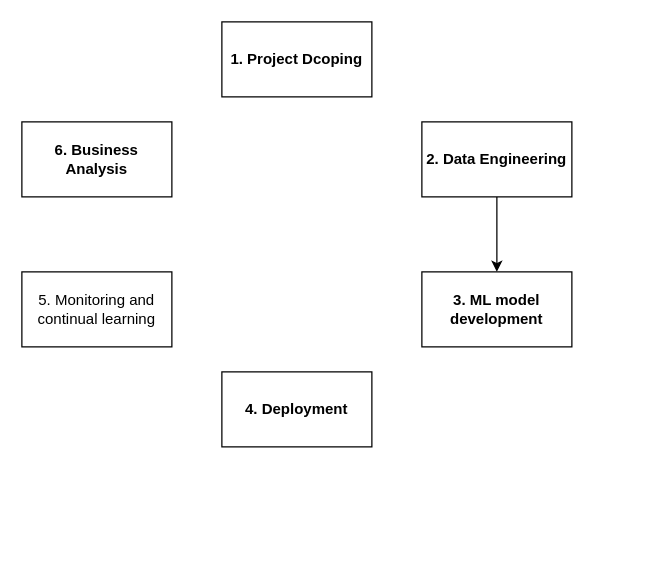
LNshuti/meta-labelling-architecture keeps this draw.io diagram as production.drawio. Above is the earlier version. Source tidied: cells renumbered, new cells numbered last; positions are measured from the earlier drawing's top-left corner, leaving out a move shared by most shapes. Both pictures are drawn from the tidied source at 125%, with x=0, y=0 at pixel (21, 21).
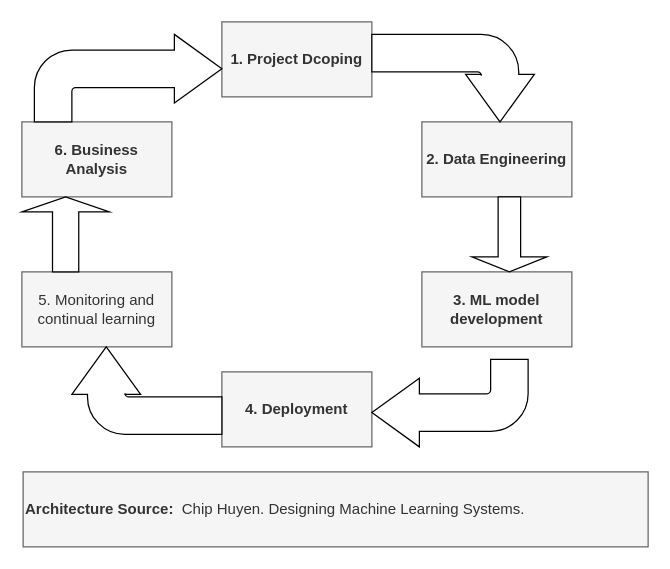
Above is the later version.

Change to the diagram source:
```diff
@@
 <mxGraphModel>
   <root>
     <mxCell id="0" />
     <mxCell id="1" parent="0" />
-    <mxCell id="2" value="1. Project Dcoping" style="rounded=0;whiteSpace=wrap;html=1;fontStyle=1;" parent="1" vertex="1">
+    <mxCell id="2" value="1. Project Dcoping" style="rounded=0;whiteSpace=wrap;html=1;fontStyle=1;fillColor=#f5f5f5;strokeColor=#666666;fontColor=#333333;" parent="1" vertex="1">
       <mxGeometry x="160" width="120" height="60" as="geometry" />
     </mxCell>
-    <mxCell id="3" style="edgeStyle=none;html=1;" parent="1" edge="1" source="4" target="5">
-      <mxGeometry relative="1" as="geometry" />
-    </mxCell>
-    <mxCell id="4" value="2. Data Engineering" style="rounded=0;whiteSpace=wrap;html=1;fontStyle=1;" parent="1" vertex="1">
+    <mxCell id="4" value="2. Data Engineering" style="rounded=0;whiteSpace=wrap;html=1;fontStyle=1;fillColor=#f5f5f5;strokeColor=#666666;fontColor=#333333;" parent="1" vertex="1">
       <mxGeometry x="320" y="80" width="120" height="60" as="geometry" />
     </mxCell>
-    <mxCell id="5" value="3. ML model development" style="rounded=0;whiteSpace=wrap;html=1;fontStyle=1;" parent="1" vertex="1">
+    <mxCell id="5" value="3. ML model development" style="rounded=0;whiteSpace=wrap;html=1;fontStyle=1;fillColor=#f5f5f5;strokeColor=#666666;fontColor=#333333;" parent="1" vertex="1">
       <mxGeometry x="320" y="200" width="120" height="60" as="geometry" />
     </mxCell>
-    <mxCell id="6" value="4. Deployment" style="rounded=0;whiteSpace=wrap;html=1;fontStyle=1;" parent="1" vertex="1">
+    <mxCell id="6" value="4. Deployment" style="rounded=0;whiteSpace=wrap;html=1;fontStyle=1;fillColor=#f5f5f5;fontColor=#333333;strokeColor=#666666;" parent="1" vertex="1">
       <mxGeometry x="160" y="280" width="120" height="60" as="geometry" />
     </mxCell>
-    <mxCell id="7" value="5. Monitoring and continual learning" style="rounded=0;whiteSpace=wrap;html=1;" parent="1" vertex="1">
+    <mxCell id="7" value="5. Monitoring and continual learning" style="rounded=0;whiteSpace=wrap;html=1;fillColor=#f5f5f5;fontColor=#333333;strokeColor=#666666;" parent="1" vertex="1">
       <mxGeometry y="200" width="120" height="60" as="geometry" />
     </mxCell>
-    <mxCell id="8" value="6. Business Analysis" style="rounded=0;whiteSpace=wrap;html=1;fontStyle=1;" parent="1" vertex="1">
+    <mxCell id="8" value="6. Business Analysis" style="rounded=0;whiteSpace=wrap;html=1;fontStyle=1;fillColor=#f5f5f5;strokeColor=#666666;fillStyle=solid;fontColor=#333333;" parent="1" vertex="1">
       <mxGeometry y="80" width="120" height="60" as="geometry" />
     </mxCell>
+    <mxCell id="9" style="shape=singleArrow;direction=north;whiteSpace=wrap;html=1;" parent="1" vertex="1">
+      <mxGeometry y="140" width="70" height="60" as="geometry" />
+    </mxCell>
+    <mxCell id="10" style="shape=singleArrow;direction=south;whiteSpace=wrap;html=1;" parent="1" vertex="1">
+      <mxGeometry x="360" y="140" width="60" height="60" as="geometry" />
+    </mxCell>
+    <mxCell id="11" style="html=1;shadow=0;dashed=0;align=center;verticalAlign=middle;shape=mxgraph.arrows2.bendArrow;dy=15;dx=38;notch=0;arrowHead=55;rounded=1;fontSize=8;" parent="1" vertex="1">
+      <mxGeometry x="10" y="10" width="150" height="70" as="geometry" />
+    </mxCell>
+    <mxCell id="12" style="html=1;shadow=0;dashed=0;align=center;verticalAlign=middle;shape=mxgraph.arrows2.bendArrow;dy=15;dx=38;notch=0;arrowHead=55;rounded=1;fontSize=8;direction=south;" parent="1" vertex="1">
+      <mxGeometry x="280" y="10" width="130" height="70" as="geometry" />
+    </mxCell>
+    <mxCell id="13" style="html=1;shadow=0;dashed=0;align=center;verticalAlign=middle;shape=mxgraph.arrows2.bendArrow;dy=15;dx=38;notch=0;arrowHead=55;rounded=1;fontSize=8;direction=west;" parent="1" vertex="1">
+      <mxGeometry x="280" y="270" width="125" height="70" as="geometry" />
+    </mxCell>
+    <mxCell id="14" style="html=1;shadow=0;dashed=0;align=center;verticalAlign=middle;shape=mxgraph.arrows2.bendArrow;dy=15;dx=38;notch=0;arrowHead=55;rounded=1;fontSize=8;direction=north;" parent="1" vertex="1">
+      <mxGeometry x="40" y="260" width="120" height="70" as="geometry" />
+    </mxCell>
+    <mxCell id="15" value="&lt;b style=&quot;font-size: 12px;&quot;&gt;Architecture Source:&lt;/b&gt;&amp;nbsp; Chip Huyen. Designing Machine Learning Systems.&amp;nbsp;" style="rounded=0;whiteSpace=wrap;html=1;fontSize=12;align=left;fillColor=#f5f5f5;strokeColor=#666666;fontColor=#333333;" parent="1" vertex="1">
+      <mxGeometry x="1" y="360" width="500" height="60" as="geometry" />
+    </mxCell>
   </root>
 </mxGraphModel>
```
